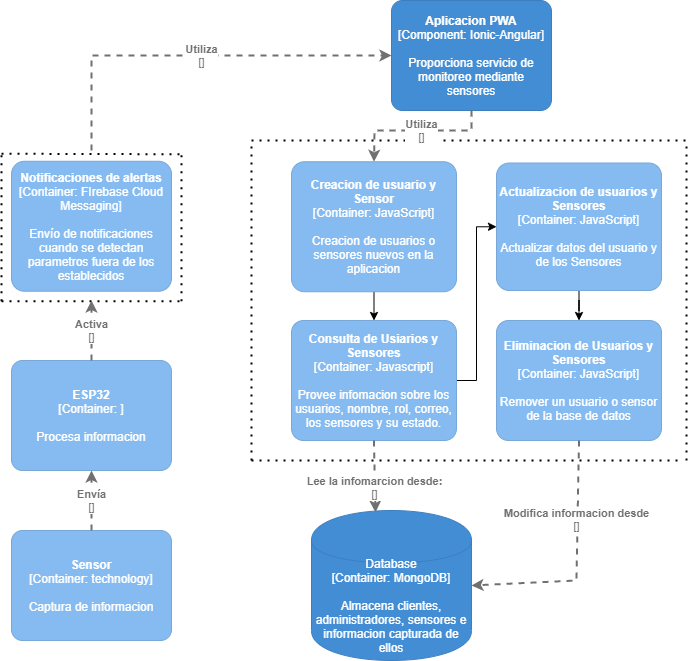
Earlier version of the draw.io export images/DiagramaComponentes.drawio.png (abraham22rodriguez/AnalisisAvanzadoDeSoftware_AbrahamRodriguez). Source tidied: cells renumbered, new cells last; positions are measured from the earlier drawing's top-left corner, leaving out a move shared by most shapes.
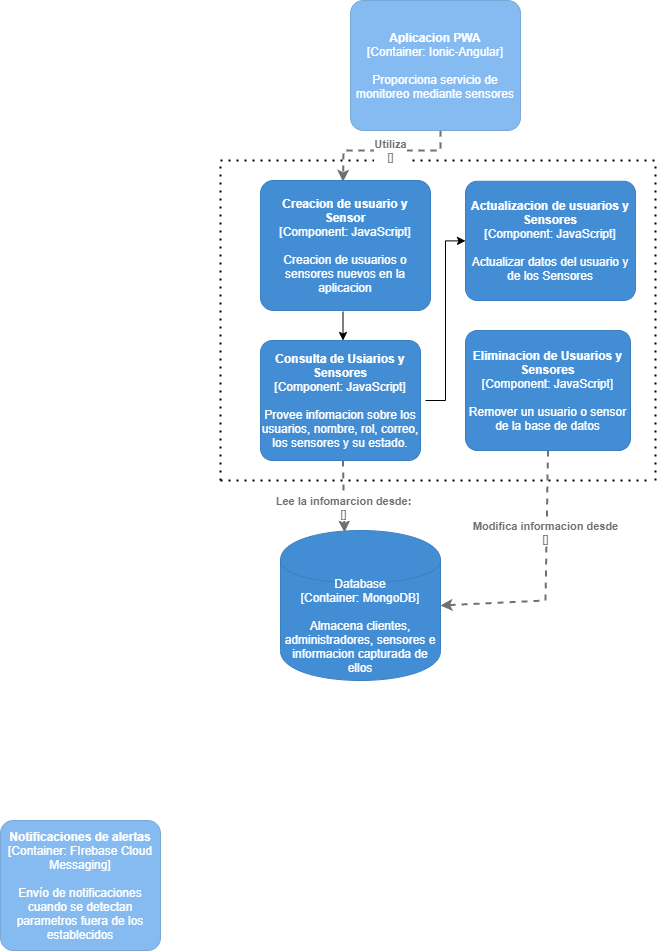
Later version of the same file.

Change to the diagram source:
```diff
@@ -4,22 +4,15 @@
     <mxCell id="1" parent="0" />
     <object id="2" label="&lt;b&gt;%c4Name%&lt;/b&gt;&lt;div&gt;[%c4Type%: %c4Technology%]&lt;/div&gt;&lt;br&gt;&lt;div&gt;%c4Description%&lt;/div&gt;" c4Description="Envío de notificaciones cuando se detectan parametros fuera de los establecidos" c4Name="Notificaciones de alertas" c4Technology="FIrebase Cloud Messaging" c4Type="Container" placeholders="1">
       <mxCell style="rounded=1;whiteSpace=wrap;html=1;labelBackgroundColor=none;fillColor=#85BBF0;fontColor=#ffffff;align=center;arcSize=10;strokeColor=#78A8D8;metaData={&quot;c4Type&quot;:{&quot;editable&quot;:false}};" parent="1" vertex="1">
-        <mxGeometry x="10" y="160.8" width="160" height="130" as="geometry" />
+        <mxGeometry x="30" y="800" width="160" height="130" as="geometry" />
       </mxCell>
     </object>
-    <mxCell id="3" style="edgeStyle=orthogonalEdgeStyle;rounded=0;jettySize=auto;html=1;exitX=0.5;exitY=1;exitDx=0;exitDy=0;exitPerimeter=0;entryX=0.5;entryY=0;entryDx=0;entryDy=0;entryPerimeter=0;" parent="1" edge="1" source="4" target="14">
-      <mxGeometry relative="1" as="geometry" />
+    <mxCell id="3" style="edgeStyle=orthogonalEdgeStyle;rounded=0;orthogonalLoop=1;jettySize=auto;html=1;exitX=0.5;exitY=1;exitDx=0;exitDy=0;exitPerimeter=0;entryX=0.5;entryY=0;entryDx=0;entryDy=0;entryPerimeter=0;" parent="1" edge="1">
+      <mxGeometry relative="1" as="geometry">
+        <mxPoint x="372.5" y="291.2" as="sourcePoint" />
+        <mxPoint x="372.5" y="320" as="targetPoint" />
+      </mxGeometry>
     </mxCell>
-    <object id="4" label="&lt;b&gt;%c4Name%&lt;/b&gt;&lt;div&gt;[%c4Type%: %c4Technology%]&lt;/div&gt;&lt;br&gt;&lt;div&gt;%c4Description%&lt;/div&gt;" c4Description="Creacion de usuarios o sensores nuevos en la aplicacion" c4Name="Creacion de usuario y Sensor" c4Technology="JavaScript" c4Type="Container" placeholders="1">
-      <mxCell style="rounded=1;whiteSpace=wrap;html=1;labelBackgroundColor=none;fillColor=#85BBF0;fontColor=#ffffff;align=center;arcSize=10;strokeColor=#78A8D8;metaData={&quot;c4Type&quot;:{&quot;editable&quot;:false}};points=[[0.25,0,0],[0.5,0,0],[0.75,0,0],[1,0.25,0],[1,0.5,0],[1,0.75,0],[0.75,1,0],[0.5,1,0],[0.25,1,0],[0,0.75,0],[0,0.5,0],[0,0.25,0]];" parent="1" vertex="1">
-        <mxGeometry x="290" y="161.2" width="165" height="130" as="geometry" />
-      </mxCell>
-    </object>
-    <object id="5" label="&lt;b&gt;%c4Name%&lt;/b&gt;&lt;div&gt;[%c4Type%: %c4Technology%]&lt;/div&gt;&lt;br&gt;&lt;div&gt;%c4Description%&lt;/div&gt;" c4Description="Proporciona servicio de monitoreo mediante sensores" c4Name="Aplicacion PWA" c4Technology="Ionic-Angular" c4Type="Component" placeholders="1">
-      <mxCell style="rounded=1;whiteSpace=wrap;html=1;labelBackgroundColor=none;fillColor=#438DD5;fontColor=#ffffff;align=center;arcSize=10;strokeColor=#3C7FC0;metaData={&quot;c4Type&quot;:{&quot;editable&quot;:false}};points=[[0.25,0,0],[0.5,0,0],[0.75,0,0],[1,0.25,0],[1,0.5,0],[1,0.75,0],[0.75,1,0],[0.5,1,0],[0.25,1,0],[0,0.75,0],[0,0.5,0],[0,0.25,0]];" parent="1" vertex="1">
-        <mxGeometry x="390" width="160" height="110" as="geometry" />
-      </mxCell>
-    </object>
     <object id="6" label="%c4Type%&lt;div&gt;[Container:&amp;nbsp;%c4Technology%]&lt;/div&gt;&lt;br&gt;&lt;div&gt;%c4Description%&lt;/div&gt;" c4Description="Almacena clientes, administradores, sensores e informacion capturada de ellos" c4Technology="MongoDB" c4Type="Database" placeholders="1">
       <mxCell style="shape=cylinder;whiteSpace=wrap;html=1;boundedLbl=1;rounded=0;labelBackgroundColor=none;fillColor=#438DD5;fontSize=12;fontColor=#ffffff;align=center;strokeColor=#3C7FC0;points=[[0.5,0,0],[1,0.25,0],[1,0.5,0],[1,0.75,0],[0.5,1,0],[0,0.75,0],[0,0.5,0],[0,0.25,0]];metaData={&quot;c4Type&quot;:{&quot;editable&quot;:false}};" parent="1" vertex="1">
         <mxGeometry x="310" y="510" width="160" height="150" as="geometry" />
@@ -49,35 +42,23 @@
         <mxPoint x="680" y="460" as="targetPoint" />
       </mxGeometry>
     </mxCell>
-    <mxCell id="11" style="edgeStyle=orthogonalEdgeStyle;rounded=0;jettySize=auto;html=1;entryX=0.5;entryY=0;entryDx=0;entryDy=0;entryPerimeter=0;" parent="1" edge="1" source="12" target="15">
-      <mxGeometry relative="1" as="geometry" />
-    </mxCell>
-    <object id="12" label="&lt;b&gt;%c4Name%&lt;/b&gt;&lt;div&gt;[%c4Type%: %c4Technology%]&lt;/div&gt;&lt;br&gt;&lt;div&gt;%c4Description%&lt;/div&gt;" c4Description="Actualizar datos del usuario y de los Sensores" c4Name="Actualizacion de usuarios y Sensores" c4Technology="JavaScript" c4Type="Container" placeholders="1">
-      <mxCell style="rounded=1;whiteSpace=wrap;html=1;labelBackgroundColor=none;fillColor=#85BBF0;fontColor=#ffffff;align=center;arcSize=10;strokeColor=#78A8D8;metaData={&quot;c4Type&quot;:{&quot;editable&quot;:false}};points=[[0.25,0,0],[0.5,0,0],[0.75,0,0],[1,0.25,0],[1,0.5,0],[1,0.75,0],[0.75,1,0],[0.5,1,0],[0.25,1,0],[0,0.75,0],[0,0.5,0],[0,0.25,0]];" parent="1" vertex="1">
-        <mxGeometry x="495" y="162.5" width="165" height="127.5" as="geometry" />
-      </mxCell>
-    </object>
-    <mxCell id="13" style="edgeStyle=orthogonalEdgeStyle;rounded=0;jettySize=auto;html=1;entryX=0;entryY=0.5;entryDx=0;entryDy=0;entryPerimeter=0;" parent="1" edge="1" source="14" target="12">
-      <mxGeometry relative="1" as="geometry" />
-    </mxCell>
-    <object id="14" label="&lt;b&gt;%c4Name%&lt;/b&gt;&lt;div&gt;[%c4Type%: %c4Technology%]&lt;/div&gt;&lt;br&gt;&lt;div&gt;%c4Description%&lt;/div&gt;" c4Description="Provee infomacion sobre los usuarios, nombre, rol, correo, los sensores y su estado." c4Name="Consulta de Usiarios y Sensores" c4Technology="Javascript" c4Type="Container" placeholders="1">
-      <mxCell style="rounded=1;whiteSpace=wrap;html=1;labelBackgroundColor=none;fillColor=#85BBF0;fontColor=#ffffff;align=center;arcSize=10;strokeColor=#78A8D8;metaData={&quot;c4Type&quot;:{&quot;editable&quot;:false}};points=[[0.25,0,0],[0.5,0,0],[0.75,0,0],[1,0.25,0],[1,0.5,0],[1,0.75,0],[0.75,1,0],[0.5,1,0],[0.25,1,0],[0,0.75,0],[0,0.5,0],[0,0.25,0]];" parent="1" vertex="1">
-        <mxGeometry x="290" y="320" width="165" height="120" as="geometry" />
-      </mxCell>
-    </object>
-    <object id="15" label="&lt;b&gt;%c4Name%&lt;/b&gt;&lt;div&gt;[%c4Type%: %c4Technology%]&lt;/div&gt;&lt;br&gt;&lt;div&gt;%c4Description%&lt;/div&gt;" c4Description="Remover un usuario o sensor de la base de datos" c4Name="Eliminacion de Usuarios y Sensores" c4Technology="JavaScript" c4Type="Container" placeholders="1">
-      <mxCell style="rounded=1;whiteSpace=wrap;html=1;labelBackgroundColor=none;fillColor=#85BBF0;fontColor=#ffffff;align=center;arcSize=10;strokeColor=#78A8D8;metaData={&quot;c4Type&quot;:{&quot;editable&quot;:false}};points=[[0.25,0,0],[0.5,0,0],[0.75,0,0],[1,0.25,0],[1,0.5,0],[1,0.75,0],[0.75,1,0],[0.5,1,0],[0.25,1,0],[0,0.75,0],[0,0.5,0],[0,0.25,0]];" parent="1" vertex="1">
-        <mxGeometry x="495" y="320" width="165" height="120" as="geometry" />
-      </mxCell>
-    </object>
+    <mxCell id="28" style="edgeStyle=orthogonalEdgeStyle;rounded=0;jettySize=auto;html=1;entryX=0;entryY=0.5;entryDx=0;entryDy=0;entryPerimeter=0;" parent="1" edge="1" target="30">
+      <mxGeometry relative="1" as="geometry">
+        <mxPoint x="455" y="380" as="sourcePoint" />
+      </mxGeometry>
+    </mxCell>
     <object id="16" label="&lt;div style=&quot;text-align: left&quot;&gt;&lt;div style=&quot;text-align: center&quot;&gt;&lt;b&gt;%c4Description%&lt;/b&gt;&lt;/div&gt;&lt;div style=&quot;text-align: center&quot;&gt;[%c4Technology%]&lt;/div&gt;&lt;/div&gt;" c4Description="Lee la infomarcion desde:" c4Technology="" c4Type="Relationship" placeholders="1">
-      <mxCell style="edgeStyle=none;rounded=0;html=1;entryX=0.4;entryY=0.013;jettySize=auto;strokeColor=#707070;strokeWidth=2;fontColor=#707070;jumpStyle=none;dashed=1;metaData={&quot;c4Type&quot;:{&quot;editable&quot;:false}};entryDx=0;entryDy=0;entryPerimeter=0;exitX=0.5;exitY=1;exitDx=0;exitDy=0;exitPerimeter=0;" parent="1" edge="1" source="14" target="6">
-        <mxGeometry x="0.29" relative="1" as="geometry" />
+      <mxCell style="edgeStyle=none;rounded=0;html=1;entryX=0.4;entryY=0.013;jettySize=auto;strokeColor=#707070;strokeWidth=2;fontColor=#707070;jumpStyle=none;dashed=1;metaData={&quot;c4Type&quot;:{&quot;editable&quot;:false}};entryDx=0;entryDy=0;entryPerimeter=0;exitX=0.5;exitY=1;exitDx=0;exitDy=0;exitPerimeter=0;" parent="1" edge="1" target="6">
+        <mxGeometry x="0.29" relative="1" as="geometry">
+          <mxPoint x="372.5" y="440" as="sourcePoint" />
+        </mxGeometry>
       </mxCell>
     </object>
     <object id="17" label="&lt;div style=&quot;text-align: left&quot;&gt;&lt;div style=&quot;text-align: center&quot;&gt;&lt;b&gt;%c4Description%&lt;/b&gt;&lt;/div&gt;&lt;div style=&quot;text-align: center&quot;&gt;[%c4Technology%]&lt;/div&gt;&lt;/div&gt;" c4Description="Utiliza" c4Technology="" c4Type="Relationship" placeholders="1">
-      <mxCell style="edgeStyle=none;rounded=0;html=1;entryX=0.5;entryY=0;jettySize=auto;strokeColor=#707070;strokeWidth=2;fontColor=#707070;jumpStyle=none;dashed=1;metaData={&quot;c4Type&quot;:{&quot;editable&quot;:false}};exitX=0.5;exitY=1;exitDx=0;exitDy=0;exitPerimeter=0;entryDx=0;entryDy=0;entryPerimeter=0;" parent="1" edge="1" source="5" target="4">
+      <mxCell style="edgeStyle=none;rounded=0;html=1;entryX=0.5;entryY=0;jettySize=auto;orthogonalLoop=1;strokeColor=#707070;strokeWidth=2;fontColor=#707070;jumpStyle=none;dashed=1;metaData={&quot;c4Type&quot;:{&quot;editable&quot;:false}};exitX=0.5;exitY=1;exitDx=0;exitDy=0;exitPerimeter=0;entryDx=0;entryDy=0;entryPerimeter=0;" parent="1" edge="1">
         <mxGeometry x="-0.06" relative="1" as="geometry">
+          <mxPoint x="470" y="110" as="sourcePoint" />
+          <mxPoint x="372.5" y="161.2" as="targetPoint" />
           <Array as="points">
             <mxPoint x="470" y="120" />
             <mxPoint x="470" y="130" />
@@ -87,8 +68,9 @@
       </mxCell>
     </object>
     <object id="18" label="&lt;div style=&quot;text-align: left&quot;&gt;&lt;div style=&quot;text-align: center&quot;&gt;&lt;b&gt;%c4Description%&lt;/b&gt;&lt;/div&gt;&lt;div style=&quot;text-align: center&quot;&gt;[%c4Technology%]&lt;/div&gt;&lt;/div&gt;" c4Description="Modifica informacion desde" c4Technology="" c4Type="Relationship" placeholders="1">
-      <mxCell style="edgeStyle=none;rounded=0;html=1;jettySize=auto;strokeColor=#707070;strokeWidth=2;fontColor=#707070;jumpStyle=none;dashed=1;metaData={&quot;c4Type&quot;:{&quot;editable&quot;:false}};exitX=0.5;exitY=1;exitDx=0;exitDy=0;exitPerimeter=0;" parent="1" edge="1" source="15">
+      <mxCell style="edgeStyle=none;rounded=0;html=1;jettySize=auto;orthogonalLoop=1;strokeColor=#707070;strokeWidth=2;fontColor=#707070;jumpStyle=none;dashed=1;metaData={&quot;c4Type&quot;:{&quot;editable&quot;:false}};exitX=0.5;exitY=1;exitDx=0;exitDy=0;exitPerimeter=0;" parent="1" edge="1">
         <mxGeometry x="-0.36" y="-1" relative="1" as="geometry">
+          <mxPoint x="577.5" y="430" as="sourcePoint" />
           <mxPoint x="470" y="585" as="targetPoint" />
           <Array as="points">
             <mxPoint x="575" y="580" />
@@ -96,61 +78,30 @@
         </mxGeometry>
       </mxCell>
     </object>
-    <mxCell id="19" style="endArrow=none;dashed=1;html=1;dashPattern=1 3;strokeWidth=2;" parent="1" edge="1">
-      <mxGeometry relative="1" as="geometry">
-        <mxPoint y="300.8" as="sourcePoint" />
-        <mxPoint y="150.8" as="targetPoint" />
-      </mxGeometry>
-    </mxCell>
-    <mxCell id="20" style="endArrow=none;dashed=1;html=1;dashPattern=1 3;strokeWidth=2;" parent="1" edge="1">
-      <mxGeometry relative="1" as="geometry">
-        <mxPoint y="153.2" as="sourcePoint" />
-        <mxPoint x="180" y="153.8" as="targetPoint" />
-      </mxGeometry>
-    </mxCell>
-    <mxCell id="21" style="endArrow=none;dashed=1;html=1;dashPattern=1 3;strokeWidth=2;" parent="1" edge="1">
-      <mxGeometry relative="1" as="geometry">
-        <mxPoint x="180" y="300.8" as="sourcePoint" />
-        <mxPoint x="180" y="150.8" as="targetPoint" />
-      </mxGeometry>
-    </mxCell>
-    <mxCell id="22" style="endArrow=none;dashed=1;html=1;dashPattern=1 3;strokeWidth=2;" parent="1" edge="1">
-      <mxGeometry relative="1" as="geometry">
-        <mxPoint y="300.8" as="sourcePoint" />
-        <mxPoint x="180" y="300.8" as="targetPoint" />
-      </mxGeometry>
-    </mxCell>
-    <object id="23" label="&lt;div style=&quot;text-align: left&quot;&gt;&lt;div style=&quot;text-align: center&quot;&gt;&lt;b&gt;%c4Description%&lt;/b&gt;&lt;/div&gt;&lt;div style=&quot;text-align: center&quot;&gt;[%c4Technology%]&lt;/div&gt;&lt;/div&gt;" c4Description="Utiliza" c4Technology="" c4Type="Relationship" placeholders="1">
-      <mxCell style="edgeStyle=none;rounded=0;html=1;entryX=0;entryY=0.5;jettySize=auto;strokeColor=#707070;strokeWidth=2;fontColor=#707070;jumpStyle=none;dashed=1;metaData={&quot;c4Type&quot;:{&quot;editable&quot;:false}};entryDx=0;entryDy=0;entryPerimeter=0;" parent="1" edge="1" target="5">
-        <mxGeometry x="0.04" relative="1" as="geometry">
-          <mxPoint x="90" y="150" as="sourcePoint" />
-          <Array as="points">
-            <mxPoint x="90" y="55" />
-          </Array>
-        </mxGeometry>
-      </mxCell>
-    </object>
-    <object id="24" label="&lt;b&gt;%c4Name%&lt;/b&gt;&lt;div&gt;[%c4Type%: %c4Technology%]&lt;/div&gt;&lt;br&gt;&lt;div&gt;%c4Description%&lt;/div&gt;" c4Description="Procesa informacion" c4Name="ESP32" c4Technology="" c4Type="Container" placeholders="1">
-      <mxCell style="rounded=1;whiteSpace=wrap;html=1;labelBackgroundColor=none;fillColor=#85BBF0;fontColor=#ffffff;align=center;arcSize=10;strokeColor=#78A8D8;metaData={&quot;c4Type&quot;:{&quot;editable&quot;:false}};points=[[0.25,0,0],[0.5,0,0],[0.75,0,0],[1,0.25,0],[1,0.5,0],[1,0.75,0],[0.75,1,0],[0.5,1,0],[0.25,1,0],[0,0.75,0],[0,0.5,0],[0,0.25,0]];" parent="1" vertex="1">
-        <mxGeometry x="10" y="360" width="160" height="110" as="geometry" />
-      </mxCell>
-    </object>
-    <object id="25" label="&lt;b&gt;%c4Name%&lt;/b&gt;&lt;div&gt;[%c4Type%: %c4Technology%]&lt;/div&gt;&lt;br&gt;&lt;div&gt;%c4Description%&lt;/div&gt;" c4Description="Captura de informacion" c4Name="Sensor" c4Technology="technology" c4Type="Container" placeholders="1">
-      <mxCell style="rounded=1;whiteSpace=wrap;html=1;labelBackgroundColor=none;fillColor=#85BBF0;fontColor=#ffffff;align=center;arcSize=10;strokeColor=#78A8D8;metaData={&quot;c4Type&quot;:{&quot;editable&quot;:false}};points=[[0.25,0,0],[0.5,0,0],[0.75,0,0],[1,0.25,0],[1,0.5,0],[1,0.75,0],[0.75,1,0],[0.5,1,0],[0.25,1,0],[0,0.75,0],[0,0.5,0],[0,0.25,0]];" parent="1" vertex="1">
-        <mxGeometry x="10" y="530" width="160" height="110" as="geometry" />
-      </mxCell>
-    </object>
-    <object id="26" label="&lt;div style=&quot;text-align: left&quot;&gt;&lt;div style=&quot;text-align: center&quot;&gt;&lt;b&gt;%c4Description%&lt;/b&gt;&lt;/div&gt;&lt;div style=&quot;text-align: center&quot;&gt;[%c4Technology%]&lt;/div&gt;&lt;/div&gt;" c4Description="Activa" c4Technology="" c4Type="Relationship" placeholders="1">
-      <mxCell style="edgeStyle=none;rounded=0;html=1;jettySize=auto;strokeColor=#707070;strokeWidth=2;fontColor=#707070;jumpStyle=none;dashed=1;metaData={&quot;c4Type&quot;:{&quot;editable&quot;:false}};exitX=0.5;exitY=0;exitDx=0;exitDy=0;exitPerimeter=0;" parent="1" edge="1" source="24">
-        <mxGeometry relative="1" as="geometry">
-          <mxPoint x="90" y="300" as="targetPoint" />
-        </mxGeometry>
-      </mxCell>
-    </object>
-    <object id="27" label="&lt;div style=&quot;text-align: left&quot;&gt;&lt;div style=&quot;text-align: center&quot;&gt;&lt;b&gt;%c4Description%&lt;/b&gt;&lt;/div&gt;&lt;div style=&quot;text-align: center&quot;&gt;[%c4Technology%]&lt;/div&gt;&lt;/div&gt;" c4Description="Envía" c4Technology="" c4Type="Relationship" placeholders="1">
-      <mxCell style="edgeStyle=none;rounded=0;html=1;entryX=0.5;entryY=1;jettySize=auto;strokeColor=#707070;strokeWidth=2;fontColor=#707070;jumpStyle=none;dashed=1;metaData={&quot;c4Type&quot;:{&quot;editable&quot;:false}};exitX=0.5;exitY=0;exitDx=0;exitDy=0;exitPerimeter=0;entryDx=0;entryDy=0;entryPerimeter=0;" parent="1" edge="1" source="25" target="24">
-        <mxGeometry relative="1" as="geometry" />
-      </mxCell>
-    </object>
+    <object id="29" label="&lt;b&gt;%c4Name%&lt;/b&gt;&lt;div&gt;[%c4Type%: %c4Technology%]&lt;/div&gt;&lt;br&gt;&lt;div&gt;%c4Description%&lt;/div&gt;" c4Description="Remover un usuario o sensor de la base de datos" c4Name="Eliminacion de Usuarios y Sensores" c4Technology="JavaScript" c4Type="Component" placeholders="1">
+      <mxCell style="rounded=1;whiteSpace=wrap;html=1;labelBackgroundColor=none;fillColor=#438DD5;fontColor=#ffffff;align=center;arcSize=10;strokeColor=#3C7FC0;metaData={&quot;c4Type&quot;:{&quot;editable&quot;:false}};" parent="1" vertex="1">
+        <mxGeometry x="495" y="310" width="165" height="120" as="geometry" />
+      </mxCell>
+    </object>
+    <object id="30" label="&lt;b&gt;%c4Name%&lt;/b&gt;&lt;div&gt;[%c4Type%: %c4Technology%]&lt;/div&gt;&lt;br&gt;&lt;div&gt;%c4Description%&lt;/div&gt;" c4Description="Actualizar datos del usuario y de los Sensores" c4Name="Actualizacion de usuarios y Sensores" c4Technology="JavaScript" c4Type="Component" placeholders="1">
+      <mxCell style="rounded=1;whiteSpace=wrap;html=1;labelBackgroundColor=none;fillColor=#438DD5;fontColor=#ffffff;align=center;arcSize=10;strokeColor=#3C7FC0;metaData={&quot;c4Type&quot;:{&quot;editable&quot;:false}};points=[[0.25,0,0],[0.5,0,0],[0.75,0,0],[1,0.25,0],[1,0.5,0],[1,0.75,0],[0.75,1,0],[0.5,1,0],[0.25,1,0],[0,0.75,0],[0,0.5,0],[0,0.25,0]];" parent="1" vertex="1">
+        <mxGeometry x="495" y="160.8" width="170" height="119.2" as="geometry" />
+      </mxCell>
+    </object>
+    <object id="31" label="&lt;b&gt;%c4Name%&lt;/b&gt;&lt;div&gt;[%c4Type%: %c4Technology%]&lt;/div&gt;&lt;br&gt;&lt;div&gt;%c4Description%&lt;/div&gt;" c4Description="Provee infomacion sobre los usuarios, nombre, rol, correo, los sensores y su estado." c4Name="Consulta de Usiarios y Sensores" c4Technology="JavaScript" c4Type="Component" placeholders="1">
+      <mxCell style="rounded=1;whiteSpace=wrap;html=1;labelBackgroundColor=none;fillColor=#438DD5;fontColor=#ffffff;align=center;arcSize=10;strokeColor=#3C7FC0;metaData={&quot;c4Type&quot;:{&quot;editable&quot;:false}};" parent="1" vertex="1">
+        <mxGeometry x="290" y="320" width="160" height="120" as="geometry" />
+      </mxCell>
+    </object>
+    <object id="32" label="&lt;b&gt;%c4Name%&lt;/b&gt;&lt;div&gt;[%c4Type%: %c4Technology%]&lt;/div&gt;&lt;br&gt;&lt;div&gt;%c4Description%&lt;/div&gt;" c4Description="Creacion de usuarios o sensores nuevos en la aplicacion" c4Name="Creacion de usuario y Sensor" c4Technology="JavaScript" c4Type="Component" placeholders="1">
+      <mxCell style="rounded=1;whiteSpace=wrap;html=1;labelBackgroundColor=none;fillColor=#438DD5;fontColor=#ffffff;align=center;arcSize=10;strokeColor=#3C7FC0;metaData={&quot;c4Type&quot;:{&quot;editable&quot;:false}};" parent="1" vertex="1">
+        <mxGeometry x="290" y="160" width="170" height="130" as="geometry" />
+      </mxCell>
+    </object>
+    <object id="33" label="&lt;b&gt;%c4Name%&lt;/b&gt;&lt;div&gt;[%c4Type%: %c4Technology%]&lt;/div&gt;&lt;br&gt;&lt;div&gt;%c4Description%&lt;/div&gt;" c4Description="Proporciona servicio de monitoreo mediante sensores" c4Name="Aplicacion PWA" c4Technology="Ionic-Angular" c4Type="Container" placeholders="1">
+      <mxCell style="rounded=1;whiteSpace=wrap;html=1;labelBackgroundColor=none;fillColor=#85BBF0;fontColor=#ffffff;align=center;arcSize=10;strokeColor=#78A8D8;metaData={&quot;c4Type&quot;:{&quot;editable&quot;:false}};" parent="1" vertex="1">
+        <mxGeometry x="380" y="-20" width="170" height="130" as="geometry" />
+      </mxCell>
+    </object>
   </root>
 </mxGraphModel>
```
